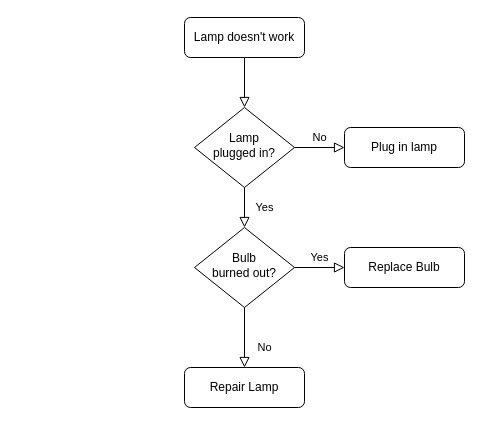
The draw.io diagram 未命名绘图.drawio in Byomyyt/GnTCN, before the edit. Source tidied: cells renumbered, new cells numbered last; positions are measured from the earlier drawing's top-left corner, leaving out a move shared by most shapes. Both pictures are drawn from the tidied source at 100%, with x=0, y=0 at pixel (184, 17).
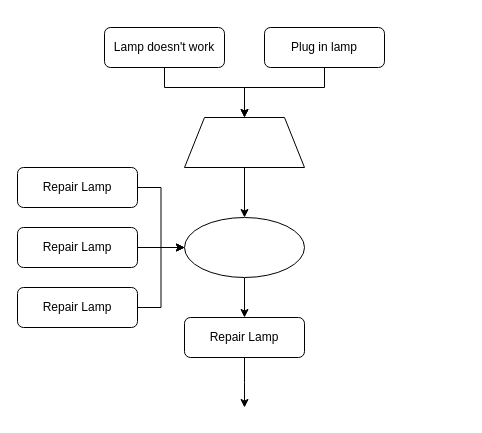
The same diagram, later.

Commit message:
更新未命名绘图.drawio

Diff of the diagram source:
```diff
@@
-    <mxCell id="2" style="rounded=0;html=1;jettySize=auto;fontSize=11;endArrow=block;endFill=0;endSize=8;strokeWidth=1;shadow=0;labelBackgroundColor=none;edgeStyle=orthogonalEdgeStyle;" parent="1" edge="1" source="3" target="6">
-      <mxGeometry relative="1" as="geometry" />
-    </mxCell>
     <mxCell id="3" value="Lamp doesn't work" style="rounded=1;whiteSpace=wrap;html=1;fontSize=12;glass=0;strokeWidth=1;shadow=0;" parent="1" vertex="1">
-      <mxGeometry width="120" height="40" as="geometry" />
+      <mxGeometry x="-80" y="10" width="120" height="40" as="geometry" />
     </mxCell>
-    <mxCell id="4" value="Yes" style="rounded=0;html=1;jettySize=auto;fontSize=11;endArrow=block;endFill=0;endSize=8;strokeWidth=1;shadow=0;labelBackgroundColor=none;edgeStyle=orthogonalEdgeStyle;" parent="1" edge="1" source="6" target="10">
-      <mxGeometry y="20" relative="1" as="geometry" />
-    </mxCell>
-    <mxCell id="5" value="No" style="edgeStyle=orthogonalEdgeStyle;rounded=0;html=1;jettySize=auto;fontSize=11;endArrow=block;endFill=0;endSize=8;strokeWidth=1;shadow=0;labelBackgroundColor=none;" parent="1" edge="1" source="6" target="7">
-      <mxGeometry y="10" relative="1" as="geometry" />
-    </mxCell>
-    <mxCell id="6" value="Lamp&lt;br&gt;plugged in?" style="rhombus;whiteSpace=wrap;html=1;shadow=0;fontFamily=Helvetica;fontSize=12;align=center;strokeWidth=1;spacing=6;spacingTop=-4;" parent="1" vertex="1">
-      <mxGeometry x="10" y="90" width="100" height="80" as="geometry" />
-    </mxCell>
     <mxCell id="7" value="Plug in lamp" style="rounded=1;whiteSpace=wrap;html=1;fontSize=12;glass=0;strokeWidth=1;shadow=0;" parent="1" vertex="1">
-      <mxGeometry x="160" y="110" width="120" height="40" as="geometry" />
+      <mxGeometry x="80" y="10" width="120" height="40" as="geometry" />
     </mxCell>
-    <mxCell id="8" value="No" style="rounded=0;html=1;jettySize=auto;fontSize=11;endArrow=block;endFill=0;endSize=8;strokeWidth=1;shadow=0;labelBackgroundColor=none;edgeStyle=orthogonalEdgeStyle;" parent="1" edge="1" source="10" target="11">
-      <mxGeometry x="0.33" y="20" relative="1" as="geometry" />
-    </mxCell>
-    <mxCell id="9" value="Yes" style="edgeStyle=orthogonalEdgeStyle;rounded=0;html=1;jettySize=auto;fontSize=11;endArrow=block;endFill=0;endSize=8;strokeWidth=1;shadow=0;labelBackgroundColor=none;" parent="1" edge="1" source="10" target="12">
-      <mxGeometry y="10" relative="1" as="geometry" />
-    </mxCell>
-    <mxCell id="10" value="Bulb&lt;br&gt;burned out?" style="rhombus;whiteSpace=wrap;html=1;shadow=0;fontFamily=Helvetica;fontSize=12;align=center;strokeWidth=1;spacing=6;spacingTop=-4;" parent="1" vertex="1">
-      <mxGeometry x="10" y="210" width="100" height="80" as="geometry" />
-    </mxCell>
+    <mxCell id="13" style="edgeStyle=orthogonalEdgeStyle;rounded=0;jettySize=auto;html=1;exitX=0.5;exitY=1;exitDx=0;exitDy=0;" parent="1" edge="1" source="11">
+      <mxGeometry relative="1" as="geometry">
+        <mxPoint x="60" y="390" as="targetPoint" />
+      </mxGeometry>
+    </mxCell>
     <mxCell id="11" value="Repair Lamp" style="rounded=1;whiteSpace=wrap;html=1;fontSize=12;glass=0;strokeWidth=1;shadow=0;" parent="1" vertex="1">
-      <mxGeometry y="350" width="120" height="40" as="geometry" />
+      <mxGeometry y="300" width="120" height="40" as="geometry" />
     </mxCell>
-    <mxCell id="12" value="Replace Bulb" style="rounded=1;whiteSpace=wrap;html=1;fontSize=12;glass=0;strokeWidth=1;shadow=0;" parent="1" vertex="1">
-      <mxGeometry x="160" y="230" width="120" height="40" as="geometry" />
-    </mxCell>
+    <mxCell id="14" style="edgeStyle=orthogonalEdgeStyle;rounded=0;orthogonalLoop=1;jettySize=auto;html=1;exitX=0.5;exitY=1;exitDx=0;exitDy=0;" parent="1" edge="1" source="7" target="7">
+      <mxGeometry relative="1" as="geometry" />
+    </mxCell>
+    <mxCell id="15" style="edgeStyle=orthogonalEdgeStyle;rounded=0;jettySize=auto;html=1;exitX=0.5;exitY=1;exitDx=0;exitDy=0;entryX=0.5;entryY=0;entryDx=0;entryDy=0;" parent="1" edge="1" source="3" target="24">
+      <mxGeometry relative="1" as="geometry">
+        <Array as="points">
+          <mxPoint x="-20" y="70" />
+          <mxPoint x="60" y="70" />
+        </Array>
+      </mxGeometry>
+    </mxCell>
+    <mxCell id="16" style="edgeStyle=orthogonalEdgeStyle;rounded=0;jettySize=auto;html=1;exitX=0.5;exitY=1;exitDx=0;exitDy=0;entryX=0.5;entryY=0;entryDx=0;entryDy=0;" parent="1" edge="1" source="7" target="24">
+      <mxGeometry relative="1" as="geometry">
+        <Array as="points">
+          <mxPoint x="140" y="70" />
+          <mxPoint x="60" y="70" />
+        </Array>
+      </mxGeometry>
+    </mxCell>
+    <mxCell id="17" style="edgeStyle=orthogonalEdgeStyle;rounded=0;jettySize=auto;html=1;exitX=1;exitY=0.5;exitDx=0;exitDy=0;entryX=0;entryY=0.5;entryDx=0;entryDy=0;" parent="1" edge="1" source="18" target="26">
+      <mxGeometry relative="1" as="geometry" />
+    </mxCell>
+    <mxCell id="18" value="Repair Lamp" style="rounded=1;whiteSpace=wrap;html=1;fontSize=12;glass=0;strokeWidth=1;shadow=0;" parent="1" vertex="1">
+      <mxGeometry x="-167" y="150" width="120" height="40" as="geometry" />
+    </mxCell>
+    <mxCell id="19" style="edgeStyle=orthogonalEdgeStyle;rounded=0;jettySize=auto;html=1;exitX=1;exitY=0.5;exitDx=0;exitDy=0;entryX=0;entryY=0.5;entryDx=0;entryDy=0;" parent="1" edge="1" source="20" target="26">
+      <mxGeometry relative="1" as="geometry" />
+    </mxCell>
+    <mxCell id="20" value="Repair Lamp" style="rounded=1;whiteSpace=wrap;html=1;fontSize=12;glass=0;strokeWidth=1;shadow=0;" parent="1" vertex="1">
+      <mxGeometry x="-167" y="210" width="120" height="40" as="geometry" />
+    </mxCell>
+    <mxCell id="21" style="edgeStyle=orthogonalEdgeStyle;rounded=0;jettySize=auto;html=1;exitX=1;exitY=0.5;exitDx=0;exitDy=0;entryX=0;entryY=0.5;entryDx=0;entryDy=0;" parent="1" edge="1" source="22" target="26">
+      <mxGeometry relative="1" as="geometry" />
+    </mxCell>
+    <mxCell id="22" value="Repair Lamp" style="rounded=1;whiteSpace=wrap;html=1;fontSize=12;glass=0;strokeWidth=1;shadow=0;" parent="1" vertex="1">
+      <mxGeometry x="-167" y="270" width="120" height="40" as="geometry" />
+    </mxCell>
+    <mxCell id="23" style="edgeStyle=orthogonalEdgeStyle;rounded=0;jettySize=auto;html=1;" parent="1" edge="1" source="24" target="26">
+      <mxGeometry relative="1" as="geometry" />
+    </mxCell>
+    <mxCell id="24" style="shape=trapezoid;perimeter=trapezoidPerimeter;whiteSpace=wrap;html=1;fixedSize=1;shadow=0;strokeWidth=1;spacing=6;spacingTop=-4;" parent="1" vertex="1">
+      <mxGeometry y="100" width="120" height="50" as="geometry" />
+    </mxCell>
+    <mxCell id="25" style="edgeStyle=orthogonalEdgeStyle;rounded=0;jettySize=auto;html=1;exitX=0.5;exitY=1;exitDx=0;exitDy=0;entryX=0.5;entryY=0;entryDx=0;entryDy=0;" parent="1" edge="1" source="26" target="11">
+      <mxGeometry relative="1" as="geometry" />
+    </mxCell>
+    <mxCell id="26" style="ellipse;whiteSpace=wrap;html=1;shadow=0;strokeWidth=1;spacing=6;spacingTop=-4;" parent="1" vertex="1">
+      <mxGeometry y="200" width="120" height="60" as="geometry" />
+    </mxCell>
```
